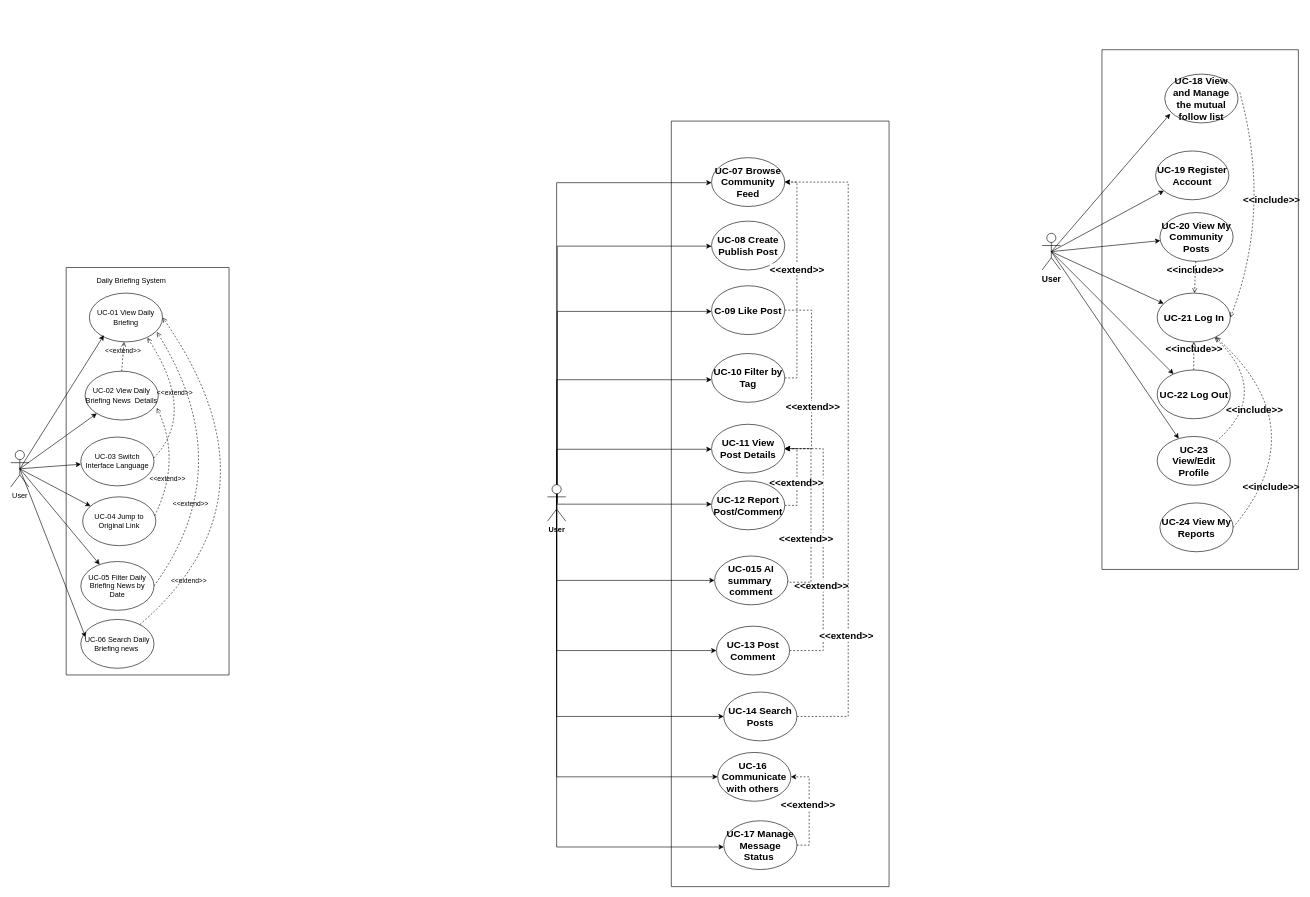
The draw.io diagram page "finally" (13 of 13) of USER-Case-diagram.drawio in pzyllll/Graduation-project-document, before the edit. Source tidied: cells renumbered, new cells numbered last; positions are measured from the earlier drawing's top-left corner, leaving out a move shared by most shapes. Both pictures are drawn from the tidied source at 61%, with x=0, y=0 at pixel (10, 49).
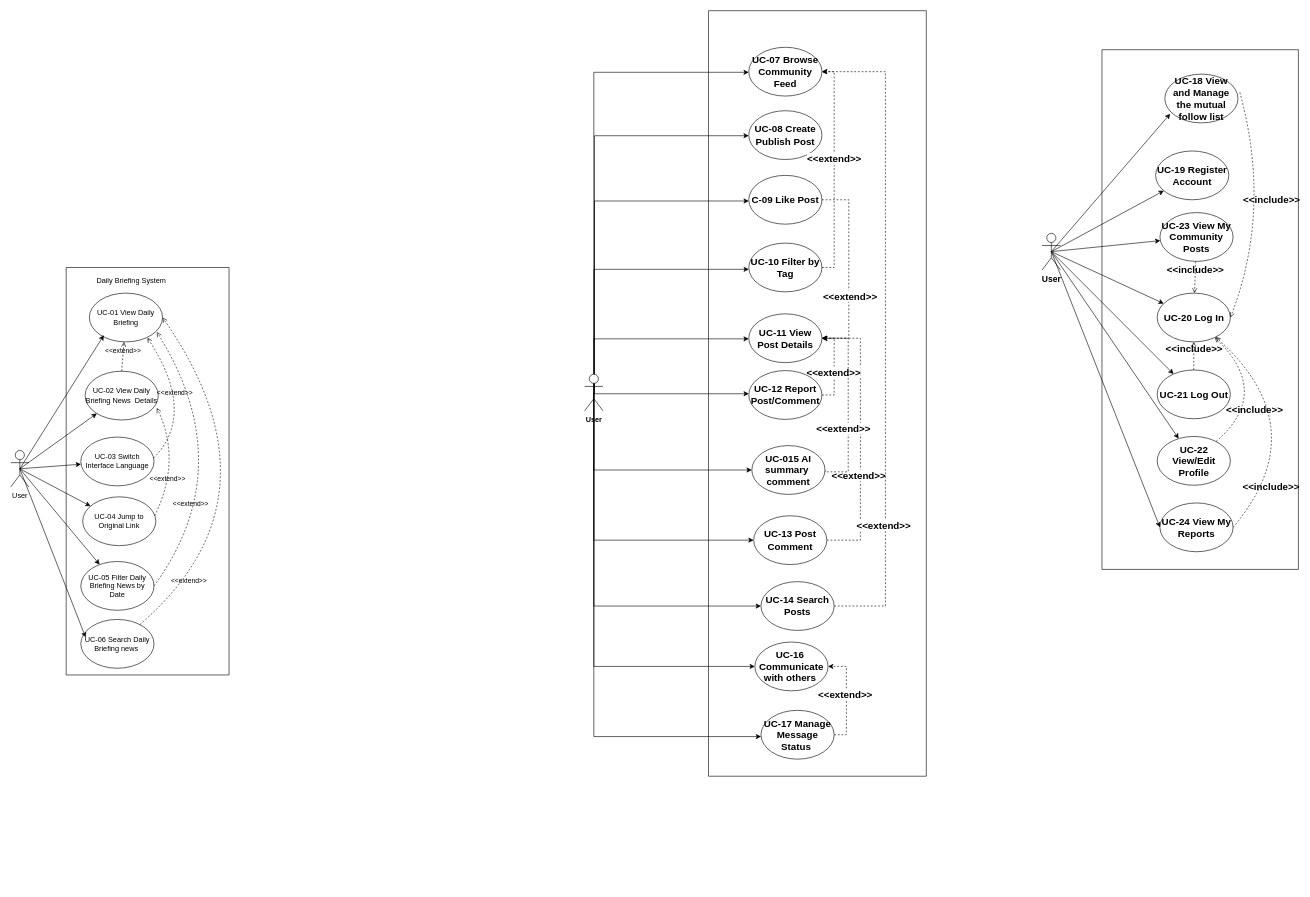
Above is the later version.

Unchanged cells that the change refers to:
```xml
<mxCell id="14" value="UC-07 Browse Community Feed" style="ellipse;whiteSpace=wrap;html=1;fontSize=16;fontStyle=1;" parent="13" vertex="1">
  <mxGeometry x="66" y="60" width="120" height="80" as="geometry" />
</mxCell>
<mxCell id="15" value="UC-11 View Post Details" style="ellipse;whiteSpace=wrap;html=1;fontSize=16;fontStyle=1;" parent="13" vertex="1">
  <mxGeometry x="66" y="497" width="120" height="80" as="geometry" />
</mxCell>
<mxCell id="16" value="UC-08 Create Publish Post" style="ellipse;whiteSpace=wrap;html=1;fontSize=16;fontStyle=1;" parent="13" vertex="1">
  <mxGeometry x="66" y="164" width="120" height="80" as="geometry" />
</mxCell>
<mxCell id="19" value="UC-13 Post Comment" style="ellipse;whiteSpace=wrap;html=1;fontSize=16;fontStyle=1;" parent="13" vertex="1">
  <mxGeometry x="74" y="828" width="120" height="80" as="geometry" />
</mxCell>
<mxCell id="22" value="C-09 Like Post" style="ellipse;whiteSpace=wrap;html=1;fontSize=16;fontStyle=1;" parent="13" vertex="1">
  <mxGeometry x="66" y="270" width="120" height="80" as="geometry" />
</mxCell>
<mxCell id="25" value="UC-14 Search Posts" style="ellipse;whiteSpace=wrap;html=1;fontSize=16;fontStyle=1;" parent="13" vertex="1">
  <mxGeometry x="86" y="936" width="120" height="80" as="geometry" />
</mxCell>
<mxCell id="28" value="UC-10 Filter by Tag" style="ellipse;whiteSpace=wrap;html=1;fontSize=16;fontStyle=1;" parent="13" vertex="1">
  <mxGeometry x="66" y="381" width="120" height="80" as="geometry" />
</mxCell>
<mxCell id="31" value="UC-12 Report Post/Comment" style="ellipse;whiteSpace=wrap;html=1;fontSize=16;fontStyle=1;" parent="13" vertex="1">
  <mxGeometry x="66" y="590" width="120" height="80" as="geometry" />
</mxCell>
<mxCell id="34" value="UC-015 AI summary&amp;nbsp; comment" style="ellipse;whiteSpace=wrap;html=1;fontSize=16;fontStyle=1;" parent="13" vertex="1">
  <mxGeometry x="71" y="713" width="120" height="80" as="geometry" />
</mxCell>
<mxCell id="37" value="UC-17 Manage Message Status&amp;nbsp;" style="ellipse;whiteSpace=wrap;html=1;fontSize=16;fontStyle=1;" parent="13" vertex="1">
  <mxGeometry x="86" y="1147" width="120" height="80" as="geometry" />
</mxCell>
<mxCell id="38" value="UC-16&amp;nbsp;&lt;div&gt;Communicate with others&amp;nbsp;&lt;/div&gt;" style="ellipse;whiteSpace=wrap;html=1;fontSize=16;fontStyle=1;" parent="13" vertex="1">
  <mxGeometry x="76" y="1035" width="120" height="80" as="geometry" />
</mxCell>
<mxCell id="59" style="swimlane;startSize=0;fontStyle=1;" parent="1" vertex="1">
  <mxGeometry x="1789" width="322" height="852" as="geometry" />
</mxCell>
<mxCell id="65" value="User" style="shape=umlActor;verticalLabelPosition=bottom;verticalAlign=top;html=1;outlineConnect=0;fontStyle=1;fontSize=14;" parent="59" vertex="1">
  <mxGeometry x="-98" y="301" width="30" height="60" as="geometry" />
</mxCell>
<mxCell id="74" value="UC-24 View My Reports" style="ellipse;whiteSpace=wrap;html=1;fontSize=16;fontStyle=1;" parent="59" vertex="1">
  <mxGeometry x="95" y="743" width="120" height="80" as="geometry" />
</mxCell>
```

What changed in the source:
```diff
@@
     <mxCell id="2" style="rounded=0;jettySize=auto;html=1;exitX=0.5;exitY=0.5;exitDx=0;exitDy=0;exitPerimeter=0;edgeStyle=orthogonalEdgeStyle;fontStyle=1;" parent="1" edge="1" source="12" target="16">
       <mxGeometry relative="1" as="geometry">
         <Array as="points">
-          <mxPoint x="896" y="322" />
+          <mxPoint x="957" y="141" />
         </Array>
       </mxGeometry>
     </mxCell>
     <mxCell id="3" style="rounded=0;jettySize=auto;html=1;exitX=0.5;exitY=0.5;exitDx=0;exitDy=0;exitPerimeter=0;edgeStyle=orthogonalEdgeStyle;fontStyle=1;" parent="1" edge="1" source="12" target="22">
       <mxGeometry relative="1" as="geometry">
         <Array as="points">
-          <mxPoint x="896" y="429" />
+          <mxPoint x="957" y="248" />
         </Array>
       </mxGeometry>
     </mxCell>
     <mxCell id="4" style="rounded=0;jettySize=auto;html=1;exitX=0.5;exitY=0.5;exitDx=0;exitDy=0;exitPerimeter=0;edgeStyle=orthogonalEdgeStyle;fontStyle=1;" parent="1" edge="1" source="12" target="28">
       <mxGeometry relative="1" as="geometry">
         <Array as="points">
-          <mxPoint x="895" y="541" />
+          <mxPoint x="956" y="360" />
         </Array>
       </mxGeometry>
     </mxCell>
     <mxCell id="5" style="rounded=0;jettySize=auto;html=1;exitX=0.5;exitY=0.5;exitDx=0;exitDy=0;exitPerimeter=0;edgeStyle=orthogonalEdgeStyle;fontStyle=1;" parent="1" edge="1" source="12" target="15">
       <mxGeometry relative="1" as="geometry">
         <Array as="points">
-          <mxPoint x="895" y="655" />
+          <mxPoint x="956" y="474" />
         </Array>
       </mxGeometry>
     </mxCell>
     <mxCell id="6" style="rounded=0;jettySize=auto;html=1;exitX=0.5;exitY=0.5;exitDx=0;exitDy=0;exitPerimeter=0;entryX=0;entryY=0.5;entryDx=0;entryDy=0;edgeStyle=orthogonalEdgeStyle;fontStyle=1;" parent="1" edge="1" source="12" target="19">
       <mxGeometry relative="1" as="geometry">
         <Array as="points">
-          <mxPoint x="895" y="985" />
+          <mxPoint x="956" y="804" />
         </Array>
       </mxGeometry>
     </mxCell>
     <mxCell id="7" style="rounded=0;jettySize=auto;html=1;exitX=0.5;exitY=0.5;exitDx=0;exitDy=0;exitPerimeter=0;edgeStyle=orthogonalEdgeStyle;fontStyle=1;" parent="1" edge="1" source="12" target="25">
       <mxGeometry relative="1" as="geometry">
         <Array as="points">
-          <mxPoint x="895" y="1093" />
+          <mxPoint x="956" y="912" />
         </Array>
       </mxGeometry>
     </mxCell>
     <mxCell id="8" style="rounded=0;jettySize=auto;html=1;exitX=0.5;exitY=0.5;exitDx=0;exitDy=0;exitPerimeter=0;edgeStyle=orthogonalEdgeStyle;fontStyle=1;" parent="1" edge="1" source="12" target="31">
       <mxGeometry relative="1" as="geometry">
         <Array as="points">
-          <mxPoint x="895" y="745" />
+          <mxPoint x="956" y="564" />
         </Array>
       </mxGeometry>
     </mxCell>
     <mxCell id="9" style="edgeStyle=orthogonalEdgeStyle;rounded=0;jettySize=auto;html=1;exitX=0.5;exitY=0.5;exitDx=0;exitDy=0;exitPerimeter=0;fontStyle=1;" parent="1" edge="1" source="12" target="14">
       <mxGeometry relative="1" as="geometry">
         <Array as="points">
-          <mxPoint x="895" y="218" />
+          <mxPoint x="956" y="37" />
         </Array>
       </mxGeometry>
     </mxCell>
     <mxCell id="10" style="edgeStyle=orthogonalEdgeStyle;rounded=0;jettySize=auto;html=1;exitX=0.5;exitY=0.5;exitDx=0;exitDy=0;exitPerimeter=0;entryX=0;entryY=0.5;entryDx=0;entryDy=0;fontStyle=1;" parent="1" edge="1" source="12" target="34">
       <mxGeometry relative="1" as="geometry">
         <Array as="points">
-          <mxPoint x="895" y="870" />
+          <mxPoint x="956" y="689" />
         </Array>
       </mxGeometry>
     </mxCell>
     <mxCell id="11" style="edgeStyle=orthogonalEdgeStyle;rounded=0;jettySize=auto;html=1;exitX=0.5;exitY=0.5;exitDx=0;exitDy=0;exitPerimeter=0;entryX=0;entryY=0.5;entryDx=0;entryDy=0;fontStyle=1;" parent="1" edge="1" source="12" target="38">
       <mxGeometry relative="1" as="geometry">
         <Array as="points">
-          <mxPoint x="895" y="1192" />
+          <mxPoint x="956" y="1011" />
         </Array>
       </mxGeometry>
     </mxCell>
     <mxCell id="12" value="User" style="shape=umlActor;verticalLabelPosition=bottom;verticalAlign=top;html=1;outlineConnect=0;fontStyle=1;" parent="1" vertex="1">
-      <mxGeometry x="880" y="713" width="30" height="60" as="geometry" />
+      <mxGeometry x="941" y="532" width="30" height="60" as="geometry" />
     </mxCell>
     <mxCell id="13" style="swimlane;startSize=0;fontStyle=1;" parent="1" vertex="1">
-      <mxGeometry x="1083" y="117" width="357" height="1255" as="geometry" />
+      <mxGeometry x="1144" y="-64" width="357" height="1255" as="geometry" />
     </mxCell>
@@
+    <mxCell id="80" style="rounded=0;jettySize=auto;html=1;exitX=0.5;exitY=0.5;exitDx=0;exitDy=0;exitPerimeter=0;entryX=0;entryY=0.5;entryDx=0;entryDy=0;" parent="59" edge="1" source="65" target="74">
+      <mxGeometry relative="1" as="geometry" />
+    </mxCell>
@@
-    <mxCell id="67" value="UC-21 Log In" style="ellipse;whiteSpace=wrap;html=1;fontSize=16;fontStyle=1;" parent="59" vertex="1">
+    <mxCell id="67" value="UC-20 Log In" style="ellipse;whiteSpace=wrap;html=1;fontSize=16;fontStyle=1;" parent="59" vertex="1">
       <mxGeometry x="90.5" y="399" width="120" height="80" as="geometry" />
     </mxCell>
-    <mxCell id="68" value="UC-22 Log Out" style="ellipse;whiteSpace=wrap;html=1;fontSize=16;fontStyle=1;" parent="59" vertex="1">
+    <mxCell id="68" value="UC-21 Log Out" style="ellipse;whiteSpace=wrap;html=1;fontSize=16;fontStyle=1;" parent="59" vertex="1">
       <mxGeometry x="90.5" y="525" width="120" height="80" as="geometry" />
     </mxCell>
-    <mxCell id="69" value="UC-23 View/Edit Profile" style="ellipse;whiteSpace=wrap;html=1;fontSize=16;fontStyle=1;" parent="59" vertex="1">
+    <mxCell id="69" value="UC-22 View/Edit Profile" style="ellipse;whiteSpace=wrap;html=1;fontSize=16;fontStyle=1;" parent="59" vertex="1">
       <mxGeometry x="90.5" y="634" width="120" height="80" as="geometry" />
     </mxCell>
-    <mxCell id="70" value="UC-20 View My Community Posts" style="ellipse;whiteSpace=wrap;html=1;fontSize=16;fontStyle=1;" parent="59" vertex="1">
+    <mxCell id="70" value="UC-23 View My Community Posts" style="ellipse;whiteSpace=wrap;html=1;fontSize=16;fontStyle=1;" parent="59" vertex="1">
       <mxGeometry x="95" y="267" width="120" height="80" as="geometry" />
     </mxCell>
@@
     <mxCell id="79" style="edgeStyle=orthogonalEdgeStyle;rounded=0;jettySize=auto;html=1;exitX=0.5;exitY=0.5;exitDx=0;exitDy=0;exitPerimeter=0;fontStyle=1;" parent="1" edge="1" source="12" target="37">
       <mxGeometry relative="1" as="geometry">
         <Array as="points">
-          <mxPoint x="895" y="1307" />
+          <mxPoint x="956" y="1126" />
         </Array>
       </mxGeometry>
     </mxCell>
```
